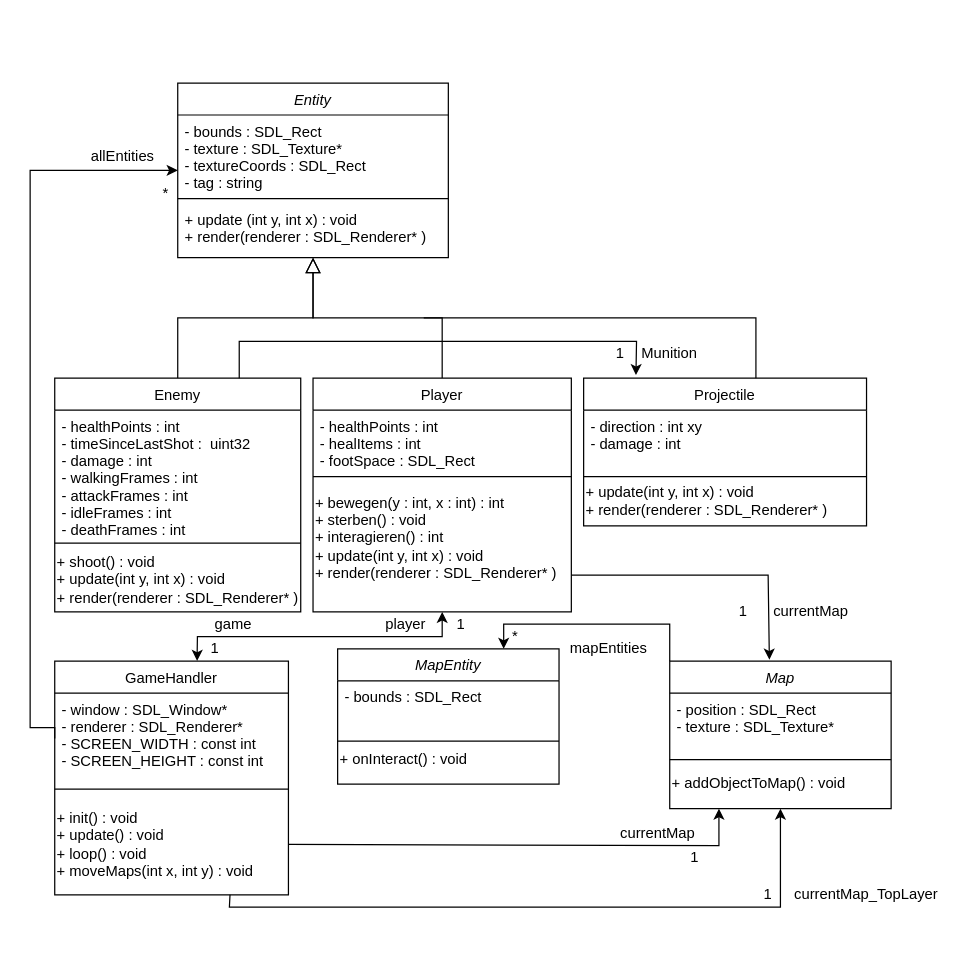
Earlier version of the draw.io diagram findetKevin/FindetKelvin.drawio (Joris-debug/FindetKevin). Source tidied: cells renumbered, new cells numbered last; positions are measured from the earlier drawing's top-left corner, leaving out a move shared by most shapes. Both pictures are drawn from the tidied source at 123%, with x=0, y=0 at pixel (30, 82).
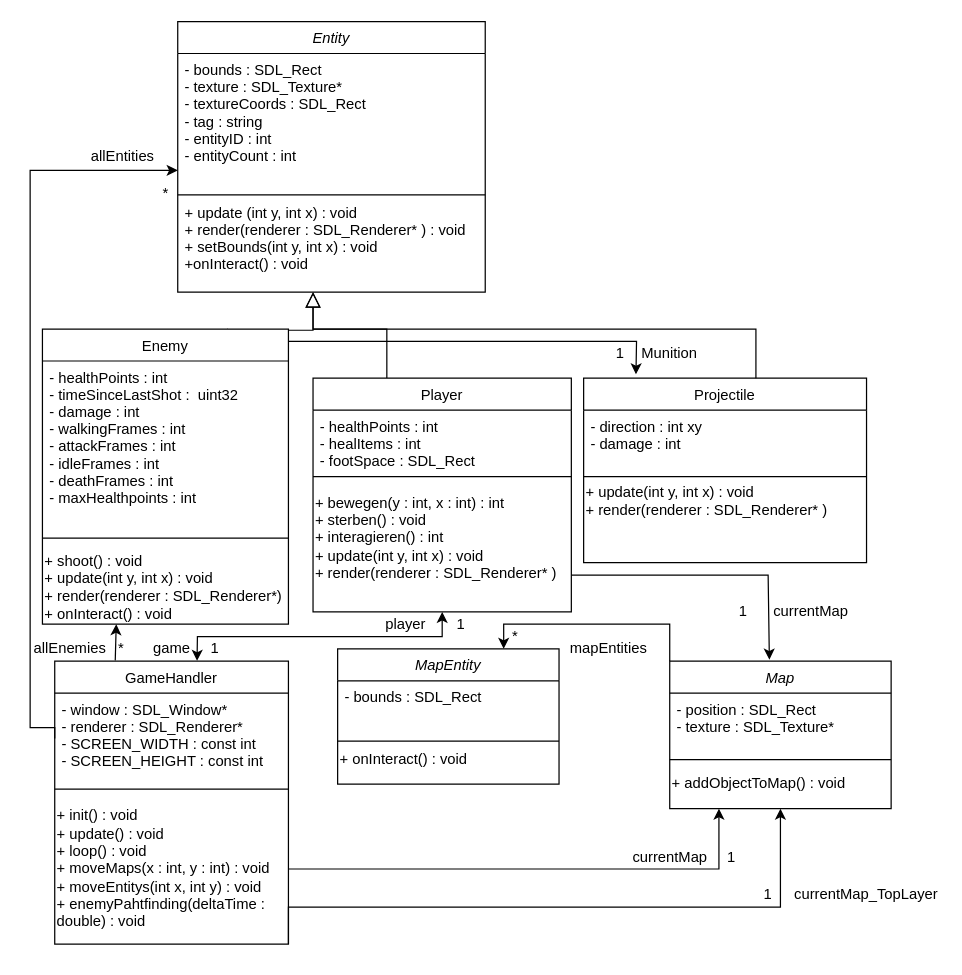
Above is the later version.

Unchanged cells that the change refers to:
```xml
<mxCell id="13" value="Player" style="swimlane;fontStyle=0;align=center;verticalAlign=top;horizontal=1;startSize=26;rounded=0;shadow=0;strokeWidth=1;" parent="1" vertex="1">
  <mxGeometry x="230" y="240" width="210" height="190" as="geometry" />
</mxCell>
<mxCell id="30" value="Map" style="swimlane;fontStyle=2;align=center;verticalAlign=top;horizontal=1;startSize=26;rounded=0;shadow=0;strokeWidth=1;" parent="1" vertex="1">
  <mxGeometry x="520" y="470" width="180" height="120" as="geometry" />
</mxCell>
```

The edit, as a diff of the source:
```diff
@@
     <mxCell id="2" style="endArrow=block;endSize=10;endFill=0;shadow=0;strokeWidth=1;rounded=0;edgeStyle=elbowEdgeStyle;elbow=vertical;" parent="1" edge="1" source="9" target="5">
-      <mxGeometry relative="1" as="geometry" />
+      <mxGeometry relative="1" as="geometry">
+        <Array as="points">
+          <mxPoint x="230" y="201" />
+        </Array>
+      </mxGeometry>
     </mxCell>
-    <mxCell id="3" style="endArrow=block;endSize=10;endFill=0;shadow=0;strokeWidth=1;rounded=0;edgeStyle=elbowEdgeStyle;elbow=vertical;" parent="1" edge="1" source="13" target="5">
-      <mxGeometry relative="1" as="geometry" />
+    <mxCell id="3" style="endArrow=block;endSize=10;endFill=0;shadow=0;strokeWidth=1;rounded=0;edgeStyle=elbowEdgeStyle;elbow=vertical;" parent="1" edge="1" source="13">
+      <mxGeometry relative="1" as="geometry">
+        <mxPoint x="230" y="170" as="targetPoint" />
+        <Array as="points">
+          <mxPoint x="290" y="200" />
+          <mxPoint x="280" y="200" />
+        </Array>
+      </mxGeometry>
     </mxCell>
     <mxCell id="4" style="endArrow=none;endSize=10;endFill=0;shadow=0;strokeWidth=1;rounded=0;edgeStyle=elbowEdgeStyle;elbow=vertical;exitX=0.609;exitY=0.004;exitDx=0;exitDy=0;exitPerimeter=0;" parent="1" edge="1" source="17">
       <mxGeometry relative="1" as="geometry">
-        <mxPoint x="320" y="191" as="targetPoint" />
+        <mxPoint x="230" y="200" as="targetPoint" />
         <Array as="points">
-          <mxPoint x="590" y="191" />
+          <mxPoint x="440" y="200" />
+          <mxPoint x="460" y="200" />
         </Array>
       </mxGeometry>
     </mxCell>
-    <mxCell id="5" value="Entity" style="swimlane;fontStyle=2;align=center;verticalAlign=top;horizontal=1;startSize=26;rounded=0;shadow=0;strokeWidth=1;" parent="1" vertex="1">
-      <mxGeometry x="120" width="220" height="142" as="geometry" />
-    </mxCell>
-    <mxCell id="6" value="- bounds : SDL_Rect &#10;- texture : SDL_Texture*&#10;- textureCoords : SDL_Rect&#10;- tag : string" style="text;align=left;verticalAlign=top;spacingLeft=4;spacingRight=4;overflow=hidden;" parent="5" vertex="1">
-      <mxGeometry y="26" width="220" height="64" as="geometry" />
-    </mxCell>
-    <mxCell id="7" style="line;html=1;strokeWidth=1;align=left;verticalAlign=middle;spacingTop=-1;spacingLeft=3;spacingRight=3;labelPosition=right;" parent="5" vertex="1">
-      <mxGeometry y="90" width="220" height="8" as="geometry" />
-    </mxCell>
-    <mxCell id="8" value="+ update (int y, int x) : void&#10;+ render(renderer : SDL_Renderer* )" style="text;align=left;verticalAlign=top;spacingLeft=4;spacingRight=4;overflow=hidden;" parent="5" vertex="1">
-      <mxGeometry y="98" width="220" height="44" as="geometry" />
-    </mxCell>
-    <mxCell id="9" value="Enemy" style="swimlane;fontStyle=0;align=center;verticalAlign=top;horizontal=1;startSize=26;rounded=0;shadow=0;strokeWidth=1;" parent="1" vertex="1">
-      <mxGeometry x="20" y="240" width="200" height="190" as="geometry" />
-    </mxCell>
-    <mxCell id="10" value="- healthPoints : int&#10;- timeSinceLastShot :  uint32&#10;- damage : int&#10;- walkingFrames : int&#10;- attackFrames : int&#10;- idleFrames : int&#10;- deathFrames : int&#10;&#10;" style="text;align=left;verticalAlign=top;spacingLeft=4;spacingRight=4;overflow=hidden;" parent="9" vertex="1">
-      <mxGeometry y="26" width="200" height="104" as="geometry" />
-    </mxCell>
-    <mxCell id="11" style="line;html=1;strokeWidth=1;align=left;verticalAlign=middle;spacingTop=-1;spacingLeft=3;spacingRight=3;labelPosition=right;" parent="9" vertex="1">
-      <mxGeometry y="130" width="200" height="8" as="geometry" />
-    </mxCell>
-    <mxCell id="12" value="+ shoot() : void&lt;br&gt;+ update(int y, int x) : void&lt;br&gt;+&amp;nbsp;&lt;span&gt;render(renderer : SDL_Renderer* )&lt;/span&gt;" style="text;html=1;strokeColor=none;fillColor=none;align=left;verticalAlign=middle;whiteSpace=wrap;rounded=0;" parent="9" vertex="1">
-      <mxGeometry y="138" width="200" height="52" as="geometry" />
-    </mxCell>
@@
     <mxCell id="17" value="Projectile" style="swimlane;fontStyle=0;align=center;verticalAlign=top;horizontal=1;startSize=26;rounded=0;shadow=0;strokeWidth=1;" parent="1" vertex="1">
-      <mxGeometry x="450" y="240" width="230" height="120" as="geometry" />
+      <mxGeometry x="450" y="240" width="230" height="150" as="geometry" />
     </mxCell>
@@
     <mxCell id="21" value="GameHandler" style="swimlane;fontStyle=0;align=center;verticalAlign=top;horizontal=1;startSize=26;rounded=0;shadow=0;strokeWidth=1;" parent="1" vertex="1">
-      <mxGeometry x="20" y="470" width="190" height="190" as="geometry" />
+      <mxGeometry x="20" y="470" width="190" height="230" as="geometry" />
     </mxCell>
@@
-    <mxCell id="24" value="+ init() : void&lt;br&gt;+ update() : void&lt;br&gt;+ loop() : void&lt;br&gt;+ moveMaps(int x, int y) : void" style="text;html=1;strokeColor=none;fillColor=none;align=left;verticalAlign=middle;whiteSpace=wrap;rounded=0;" parent="21" vertex="1">
-      <mxGeometry y="108" width="190" height="82" as="geometry" />
+    <mxCell id="24" value="+ init() : void&lt;br&gt;+ update() : void&lt;br&gt;+ loop() : void&lt;br&gt;+ moveMaps(x : int, y : int) : void&lt;br&gt;+ moveEntitys(int x, int y) : void&lt;br&gt;+ enemyPahtfinding(deltaTime : double) : void" style="text;html=1;strokeColor=none;fillColor=none;align=left;verticalAlign=middle;whiteSpace=wrap;rounded=0;" parent="21" vertex="1">
+      <mxGeometry y="108" width="190" height="122" as="geometry" />
     </mxCell>
@@
     <mxCell id="39" style="endArrow=classic;html=1;rounded=0;exitX=1;exitY=0.5;exitDx=0;exitDy=0;" parent="1" edge="1" source="24">
       <mxGeometry relative="1" as="geometry">
         <mxPoint x="560" y="590" as="targetPoint" />
         <Array as="points">
-          <mxPoint x="560" y="620" />
+          <mxPoint x="560" y="639" />
           <mxPoint x="560" y="604" />
         </Array>
       </mxGeometry>
     </mxCell>
@@
     <mxCell id="43" value="game" style="text;html=1;align=center;verticalAlign=middle;strokeColor=none;fillColor=none;" parent="1" vertex="1">
-      <mxGeometry x="140" y="430" width="50" height="20" as="geometry" />
+      <mxGeometry x="90" y="450" width="50" height="20" as="geometry" />
     </mxCell>
@@
     <mxCell id="45" value="1" style="text;html=1;align=center;verticalAlign=middle;strokeColor=none;fillColor=none;" parent="1" vertex="1">
-      <mxGeometry x="530" y="620" width="20" height="20" as="geometry" />
+      <mxGeometry x="560" y="620" width="20" height="20" as="geometry" />
     </mxCell>
     <mxCell id="46" value="currentMap" style="text;html=1;align=center;verticalAlign=middle;strokeColor=none;fillColor=none;" parent="1" vertex="1">
-      <mxGeometry x="470" y="600" width="80" height="20" as="geometry" />
+      <mxGeometry x="480" y="620" width="80" height="20" as="geometry" />
     </mxCell>
-    <mxCell id="47" style="endArrow=classic;html=1;exitX=0.75;exitY=1;exitDx=0;exitDy=0;entryX=0.5;entryY=1;entryDx=0;entryDy=0;rounded=0;" parent="1" edge="1" source="24" target="30">
+    <mxCell id="47" style="endArrow=classic;html=1;exitX=1;exitY=1;exitDx=0;exitDy=0;entryX=0.5;entryY=1;entryDx=0;entryDy=0;rounded=0;" parent="1" edge="1" source="24" target="30">
       <mxGeometry relative="1" as="geometry">
         <Array as="points">
-          <mxPoint x="162" y="670" />
+          <mxPoint x="210" y="670" />
           <mxPoint x="610" y="670" />
         </Array>
       </mxGeometry>
     </mxCell>
@@
+    <mxCell id="5" value="Entity" style="swimlane;fontStyle=2;align=center;verticalAlign=top;horizontal=1;startSize=26;rounded=0;shadow=0;strokeWidth=1;" parent="1" vertex="1">
+      <mxGeometry x="120" y="-50" width="250" height="220" as="geometry" />
+    </mxCell>
+    <mxCell id="6" value="- bounds : SDL_Rect &#10;- texture : SDL_Texture*&#10;- textureCoords : SDL_Rect&#10;- tag : string&#10;- entityID : int&#10;- entityCount : int" style="text;align=left;verticalAlign=top;spacingLeft=4;spacingRight=4;overflow=hidden;" parent="5" vertex="1">
+      <mxGeometry y="26" width="250" height="114" as="geometry" />
+    </mxCell>
+    <mxCell id="7" style="line;html=1;strokeWidth=1;align=left;verticalAlign=middle;spacingTop=-1;spacingLeft=3;spacingRight=3;labelPosition=right;" parent="5" vertex="1">
+      <mxGeometry y="140" width="250" height="2" as="geometry" />
+    </mxCell>
+    <mxCell id="8" value="+ update (int y, int x) : void&#10;+ render(renderer : SDL_Renderer* ) : void&#10;+ setBounds(int y, int x) : void&#10;+onInteract() : void" style="text;align=left;verticalAlign=top;spacingLeft=4;spacingRight=4;overflow=hidden;" parent="5" vertex="1">
+      <mxGeometry y="142" width="250" height="78" as="geometry" />
+    </mxCell>
+    <mxCell id="56" style="endArrow=classic;html=1;exitX=0.865;exitY=0.969;exitDx=0;exitDy=0;exitPerimeter=0;" parent="1" edge="1" source="57">
+      <mxGeometry relative="1" as="geometry">
+        <mxPoint x="70" y="440" as="targetPoint" />
+      </mxGeometry>
+    </mxCell>
+    <mxCell id="57" value="allEnemies&amp;nbsp; &amp;nbsp;*" style="text;html=1;strokeColor=none;fillColor=none;align=center;verticalAlign=middle;whiteSpace=wrap;rounded=0;" parent="1" vertex="1">
+      <mxGeometry y="450" width="80" height="20" as="geometry" />
+    </mxCell>
+    <mxCell id="9" value="Enemy" style="swimlane;fontStyle=0;align=center;verticalAlign=top;horizontal=1;startSize=26;rounded=0;shadow=0;strokeWidth=1;" parent="1" vertex="1">
+      <mxGeometry x="10" y="200" width="200" height="240" as="geometry" />
+    </mxCell>
+    <mxCell id="10" value="- healthPoints : int&#10;- timeSinceLastShot :  uint32&#10;- damage : int&#10;- walkingFrames : int&#10;- attackFrames : int&#10;- idleFrames : int&#10;- deathFrames : int&#10;- maxHealthpoints : int&#10;&#10;" style="text;align=left;verticalAlign=top;spacingLeft=4;spacingRight=4;overflow=hidden;" parent="9" vertex="1">
+      <mxGeometry y="26" width="200" height="134" as="geometry" />
+    </mxCell>
+    <mxCell id="11" style="line;html=1;strokeWidth=1;align=left;verticalAlign=middle;spacingTop=-1;spacingLeft=3;spacingRight=3;labelPosition=right;" parent="9" vertex="1">
+      <mxGeometry y="160" width="200" height="20" as="geometry" />
+    </mxCell>
+    <mxCell id="12" value="+ shoot() : void&lt;br&gt;+ update(int y, int x) : void&lt;br&gt;+&amp;nbsp;&lt;span&gt;render(renderer : SDL_Renderer*)&lt;br&gt;+ onInteract() : void&lt;br&gt;&lt;/span&gt;" style="text;html=1;strokeColor=none;fillColor=none;align=left;verticalAlign=middle;whiteSpace=wrap;rounded=0;" parent="9" vertex="1">
+      <mxGeometry y="180" width="200" height="60" as="geometry" />
+    </mxCell>
```
